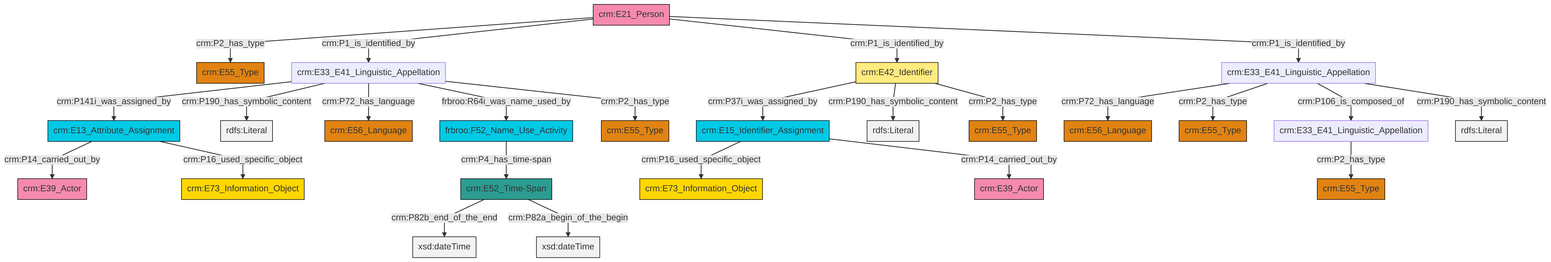
The Mermaid diagram et/personCSV/ttl/mmd/png/Person_Names_and_Classification.png in swiss-art-research-net/docs.swissartresearch, before a commit. Its source is kept beside it as et/personCSV/ttl/mmd/Person_Names_and_Classification.ttl.mmd.
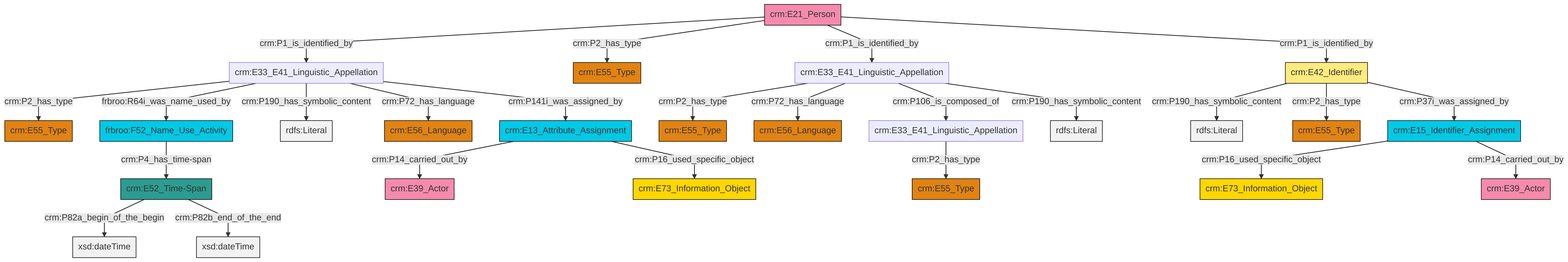
Above is the later version.

Diff of the diagram source:
```diff
@@ -13,27 +13,27 @@
 classDef PC_Classes fill:#4ce600, stroke:#000000;
 classDef Multi fill:#cccccc,stroke:#000000;
 
-6["crm:E33_E41_Linguistic_Appellation"]:::Default -->|crm:P72_has_language| 7["crm:E56_Language"]:::Type
-6["crm:E33_E41_Linguistic_Appellation"]:::Default -->|crm:P2_has_type| 0["crm:E55_Type"]:::Type
-12["crm:E21_Person"]:::Actor -->|crm:P2_has_type| 13["crm:E55_Type"]:::Type
-14["crm:E42_Identifier"]:::Appellation -->|crm:P37i_was_assigned_by| 15["crm:E15_Identifier_Assignment"]:::Temporal_Entity
-12["crm:E21_Person"]:::Actor -->|crm:P1_is_identified_by| 16["crm:E33_E41_Linguistic_Appellation"]:::Default
-2["crm:E52_Time-Span"]:::Time-Span -->|crm:P82b_end_of_the_end| 17[xsd:dateTime]:::Literal
-2["crm:E52_Time-Span"]:::Time-Span -->|crm:P82a_begin_of_the_begin| 21[xsd:dateTime]:::Literal
-16["crm:E33_E41_Linguistic_Appellation"]:::Default -->|crm:P141i_was_assigned_by| 23["crm:E13_Attribute_Assignment"]:::Temporal_Entity
-23["crm:E13_Attribute_Assignment"]:::Temporal_Entity -->|crm:P14_carried_out_by| 25["crm:E39_Actor"]:::Actor
-16["crm:E33_E41_Linguistic_Appellation"]:::Default -->|crm:P190_has_symbolic_content| 26[rdfs:Literal]:::Literal
-27["frbroo:F52_Name_Use_Activity"]:::Temporal_Entity -->|crm:P4_has_time-span| 2["crm:E52_Time-Span"]:::Time-Span
-14["crm:E42_Identifier"]:::Appellation -->|crm:P190_has_symbolic_content| 28[rdfs:Literal]:::Literal
-15["crm:E15_Identifier_Assignment"]:::Temporal_Entity -->|crm:P16_used_specific_object| 31["crm:E73_Information_Object"]:::Conceptual_Object
-15["crm:E15_Identifier_Assignment"]:::Temporal_Entity -->|crm:P14_carried_out_by| 34["crm:E39_Actor"]:::Actor
-16["crm:E33_E41_Linguistic_Appellation"]:::Default -->|crm:P72_has_language| 19["crm:E56_Language"]:::Type
-12["crm:E21_Person"]:::Actor -->|crm:P1_is_identified_by| 14["crm:E42_Identifier"]:::Appellation
-23["crm:E13_Attribute_Assignment"]:::Temporal_Entity -->|crm:P16_used_specific_object| 29["crm:E73_Information_Object"]:::Conceptual_Object
-16["crm:E33_E41_Linguistic_Appellation"]:::Default -->|frbroo:R64i_was_name_used_by| 27["frbroo:F52_Name_Use_Activity"]:::Temporal_Entity
-8["crm:E33_E41_Linguistic_Appellation"]:::Default -->|crm:P2_has_type| 10["crm:E55_Type"]:::Type
-6["crm:E33_E41_Linguistic_Appellation"]:::Default -->|crm:P106_is_composed_of| 8["crm:E33_E41_Linguistic_Appellation"]:::Default
-12["crm:E21_Person"]:::Actor -->|crm:P1_is_identified_by| 6["crm:E33_E41_Linguistic_Appellation"]:::Default
-14["crm:E42_Identifier"]:::Appellation -->|crm:P2_has_type| 4["crm:E55_Type"]:::Type
-16["crm:E33_E41_Linguistic_Appellation"]:::Default -->|crm:P2_has_type| 40["crm:E55_Type"]:::Type
-6["crm:E33_E41_Linguistic_Appellation"]:::Default -->|crm:P190_has_symbolic_content| 44[rdfs:Literal]:::Literal
+0["crm:E33_E41_Linguistic_Appellation"]:::Default -->|crm:P2_has_type| 1["crm:E55_Type"]:::Type
+4["crm:E15_Identifier_Assignment"]:::Temporal_Entity -->|crm:P16_used_specific_object| 6["crm:E73_Information_Object"]:::Conceptual_Object
+4["crm:E15_Identifier_Assignment"]:::Temporal_Entity -->|crm:P14_carried_out_by| 7["crm:E39_Actor"]:::Actor
+12["frbroo:F52_Name_Use_Activity"]:::Temporal_Entity -->|crm:P4_has_time-span| 13["crm:E52_Time-Span"]:::Time-Span
+14["crm:E33_E41_Linguistic_Appellation"]:::Default -->|crm:P2_has_type| 15["crm:E55_Type"]:::Type
+18["crm:E13_Attribute_Assignment"]:::Temporal_Entity -->|crm:P14_carried_out_by| 19["crm:E39_Actor"]:::Actor
+8["crm:E33_E41_Linguistic_Appellation"]:::Default -->|crm:P2_has_type| 20["crm:E55_Type"]:::Type
+2["crm:E42_Identifier"]:::Appellation -->|crm:P190_has_symbolic_content| 21[rdfs:Literal]:::Literal
+0["crm:E33_E41_Linguistic_Appellation"]:::Default -->|frbroo:R64i_was_name_used_by| 12["frbroo:F52_Name_Use_Activity"]:::Temporal_Entity
+0["crm:E33_E41_Linguistic_Appellation"]:::Default -->|crm:P190_has_symbolic_content| 26[rdfs:Literal]:::Literal
+0["crm:E33_E41_Linguistic_Appellation"]:::Default -->|crm:P72_has_language| 27["crm:E56_Language"]:::Type
+2["crm:E42_Identifier"]:::Appellation -->|crm:P2_has_type| 23["crm:E55_Type"]:::Type
+14["crm:E33_E41_Linguistic_Appellation"]:::Default -->|crm:P72_has_language| 30["crm:E56_Language"]:::Type
+18["crm:E13_Attribute_Assignment"]:::Temporal_Entity -->|crm:P16_used_specific_object| 10["crm:E73_Information_Object"]:::Conceptual_Object
+2["crm:E42_Identifier"]:::Appellation -->|crm:P37i_was_assigned_by| 4["crm:E15_Identifier_Assignment"]:::Temporal_Entity
+16["crm:E21_Person"]:::Actor -->|crm:P1_is_identified_by| 0["crm:E33_E41_Linguistic_Appellation"]:::Default
+16["crm:E21_Person"]:::Actor -->|crm:P2_has_type| 35["crm:E55_Type"]:::Type
+14["crm:E33_E41_Linguistic_Appellation"]:::Default -->|crm:P106_is_composed_of| 8["crm:E33_E41_Linguistic_Appellation"]:::Default
+14["crm:E33_E41_Linguistic_Appellation"]:::Default -->|crm:P190_has_symbolic_content| 42[rdfs:Literal]:::Literal
+16["crm:E21_Person"]:::Actor -->|crm:P1_is_identified_by| 14["crm:E33_E41_Linguistic_Appellation"]:::Default
+0["crm:E33_E41_Linguistic_Appellation"]:::Default -->|crm:P141i_was_assigned_by| 18["crm:E13_Attribute_Assignment"]:::Temporal_Entity
+16["crm:E21_Person"]:::Actor -->|crm:P1_is_identified_by| 2["crm:E42_Identifier"]:::Appellation
+13["crm:E52_Time-Span"]:::Time-Span -->|crm:P82a_begin_of_the_begin| 45[xsd:dateTime]:::Literal
+13["crm:E52_Time-Span"]:::Time-Span -->|crm:P82b_end_of_the_end| 46[xsd:dateTime]:::Literal
```
